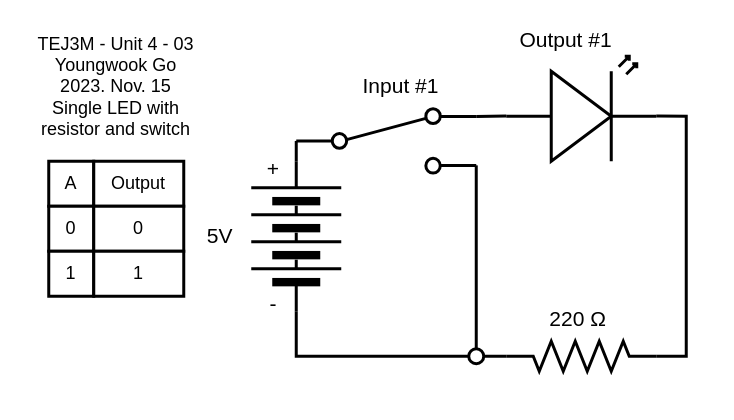
Before: Unit4-05/Unit4-05.drawio in Youngwook-Go/TEJ3M-Unit4, a draw.io diagram. Source tidied: cells renumbered, new cells numbered last; positions are measured from the earlier drawing's top-left corner, leaving out a move shared by most shapes. Both pictures are drawn from the tidied source at 150%, with x=0, y=0 at pixel (26, 26).
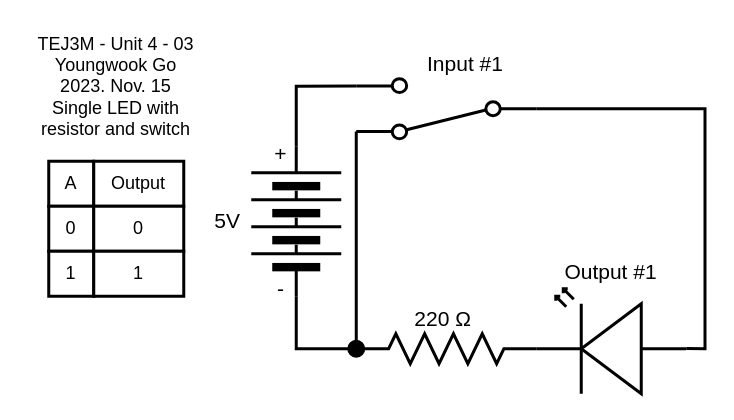
Above is the later version.

Change to the diagram source:
```diff
@@
-    <mxCell id="2" style="verticalLabelPosition=bottom;shadow=0;dashed=0;align=center;html=1;verticalAlign=top;shape=mxgraph.electrical.miscellaneous.batteryStack;rotation=-90;strokeWidth=2;fontSize=14;" parent="1" vertex="1">
-      <mxGeometry x="130" y="110" width="100" height="60" as="geometry" />
-    </mxCell>
-    <mxCell id="3" style="edgeStyle=none;rounded=0;html=1;exitX=1;exitY=0.57;exitDx=0;exitDy=0;exitPerimeter=0;strokeWidth=2;endArrow=none;endFill=0;fontSize=14;entryX=0;entryY=0.5;entryDx=0;entryDy=0;entryPerimeter=0;" parent="1" edge="1" source="4" target="11">
-      <mxGeometry relative="1" as="geometry">
-        <Array as="points">
-          <mxPoint x="440" y="60" />
-          <mxPoint x="440" y="220" />
-        </Array>
-      </mxGeometry>
-    </mxCell>
-    <mxCell id="4" style="verticalLabelPosition=bottom;shadow=0;dashed=0;align=center;html=1;verticalAlign=top;shape=mxgraph.electrical.opto_electronics.led_2;flipV=0;flipH=0;strokeWidth=2;fontSize=14;" parent="1" vertex="1">
-      <mxGeometry x="320" y="20" width="100" height="70" as="geometry" />
-    </mxCell>
-    <mxCell id="5" value="5V" style="text;html=1;strokeColor=none;fillColor=none;align=right;verticalAlign=middle;whiteSpace=wrap;rounded=0;strokeWidth=2;fontSize=14;" parent="1" vertex="1">
-      <mxGeometry x="120" y="90" width="20" height="100" as="geometry" />
-    </mxCell>
-    <mxCell id="6" value="+" style="text;html=1;strokeColor=none;fillColor=none;align=center;verticalAlign=middle;whiteSpace=wrap;rounded=0;strokeWidth=2;fontSize=14;" parent="1" vertex="1">
-      <mxGeometry x="150" y="80" width="30" height="30" as="geometry" />
-    </mxCell>
-    <mxCell id="7" value="-" style="text;html=1;strokeColor=none;fillColor=none;align=center;verticalAlign=middle;whiteSpace=wrap;rounded=0;strokeWidth=2;fontSize=14;" parent="1" vertex="1">
-      <mxGeometry x="150" y="170" width="30" height="30" as="geometry" />
-    </mxCell>
-    <mxCell id="8" value="Output #1" style="text;html=1;strokeColor=none;fillColor=none;align=center;verticalAlign=bottom;whiteSpace=wrap;rounded=0;strokeWidth=2;fontSize=14;" parent="1" vertex="1">
-      <mxGeometry x="310" width="100" height="20" as="geometry" />
-    </mxCell>
-    <mxCell id="9" value="&lt;span style=&quot;font-size: 14px;&quot;&gt;220&amp;nbsp;Ω&lt;/span&gt;&amp;nbsp;" style="text;html=1;strokeColor=none;fillColor=none;align=center;verticalAlign=middle;whiteSpace=wrap;rounded=0;strokeWidth=2;fontSize=14;" parent="1" vertex="1">
-      <mxGeometry x="320" y="180" width="100" height="30" as="geometry" />
-    </mxCell>
-    <mxCell id="10" style="edgeStyle=none;html=1;exitX=1;exitY=0.5;exitDx=0;exitDy=0;exitPerimeter=0;strokeWidth=2;endArrow=none;endFill=0;rounded=0;entryX=0;entryY=0.5;entryDx=0;entryDy=0;" parent="1" edge="1" source="11" target="2">
-      <mxGeometry relative="1" as="geometry">
-        <Array as="points">
-          <mxPoint x="180" y="220" />
-        </Array>
-      </mxGeometry>
-    </mxCell>
-    <mxCell id="11" style="verticalLabelPosition=bottom;shadow=0;dashed=0;align=center;html=1;verticalAlign=top;shape=mxgraph.electrical.resistors.resistor_2;strokeWidth=2;fontSize=14;flipH=1;" parent="1" vertex="1">
-      <mxGeometry x="320" y="210" width="100" height="20" as="geometry" />
-    </mxCell>
@@
-    <mxCell id="13" style="edgeStyle=none;rounded=0;html=1;exitX=0;exitY=0.5;exitDx=0;exitDy=0;strokeWidth=2;endArrow=none;endFill=0;" parent="1" edge="1" source="16" target="2">
-      <mxGeometry relative="1" as="geometry" />
-    </mxCell>
-    <mxCell id="14" style="edgeStyle=none;rounded=0;html=1;exitX=1;exitY=0.12;exitDx=0;exitDy=0;entryX=0;entryY=0.57;entryDx=0;entryDy=0;entryPerimeter=0;strokeWidth=2;endArrow=none;endFill=0;" parent="1" edge="1" source="16" target="4">
-      <mxGeometry relative="1" as="geometry" />
-    </mxCell>
-    <mxCell id="15" style="edgeStyle=none;rounded=0;html=1;exitX=1;exitY=0.88;exitDx=0;exitDy=0;strokeWidth=2;endArrow=none;endFill=0;startArrow=none;" parent="1" edge="1" source="19">
-      <mxGeometry relative="1" as="geometry">
-        <mxPoint x="300" y="220" as="targetPoint" />
-      </mxGeometry>
-    </mxCell>
-    <mxCell id="16" style="shape=mxgraph.electrical.electro-mechanical.twoWaySwitch;elSwitchState=2;strokeWidth=2;" parent="1" vertex="1">
-      <mxGeometry x="180" y="55" width="120" height="42.9" as="geometry" />
-    </mxCell>
-    <mxCell id="17" value="Input #1" style="text;html=1;strokeColor=none;fillColor=none;align=center;verticalAlign=middle;whiteSpace=wrap;rounded=0;strokeWidth=2;fontSize=14;" parent="1" vertex="1">
-      <mxGeometry x="200" y="30" width="100" height="20" as="geometry" />
-    </mxCell>
-    <mxCell id="18" style="edgeStyle=none;rounded=0;html=1;exitX=1;exitY=0.88;exitDx=0;exitDy=0;strokeWidth=2;endArrow=none;endFill=0;" parent="1" edge="1" source="16" target="19">
-      <mxGeometry relative="1" as="geometry" />
-    </mxCell>
-    <mxCell id="19" style="ellipse;whiteSpace=wrap;html=1;strokeWidth=2;" parent="1" vertex="1">
-      <mxGeometry x="295" y="215" width="10" height="10" as="geometry" />
-    </mxCell>
@@
+    <mxCell id="26" style="edgeStyle=none;rounded=0;html=1;entryX=1;entryY=0.88;entryDx=0;entryDy=0;strokeWidth=2;endArrow=none;endFill=0;" parent="1" edge="1" source="28" target="33">
+      <mxGeometry relative="1" as="geometry">
+        <Array as="points">
+          <mxPoint x="180" y="40" />
+        </Array>
+      </mxGeometry>
+    </mxCell>
+    <mxCell id="27" style="edgeStyle=none;rounded=0;html=1;entryX=0;entryY=0.5;entryDx=0;entryDy=0;entryPerimeter=0;strokeWidth=2;endArrow=none;endFill=0;" parent="1" edge="1" source="28" target="30">
+      <mxGeometry relative="1" as="geometry">
+        <Array as="points">
+          <mxPoint x="180" y="215" />
+        </Array>
+      </mxGeometry>
+    </mxCell>
+    <mxCell id="28" style="verticalLabelPosition=bottom;shadow=0;dashed=0;align=center;html=1;verticalAlign=top;shape=mxgraph.electrical.miscellaneous.batteryStack;rotation=-90;strokeWidth=2;" parent="1" vertex="1">
+      <mxGeometry x="130" y="100" width="100" height="60" as="geometry" />
+    </mxCell>
+    <mxCell id="29" style="verticalLabelPosition=bottom;shadow=0;dashed=0;align=center;html=1;verticalAlign=top;shape=mxgraph.electrical.opto_electronics.led_2;flipH=1;strokeWidth=2;" parent="1" vertex="1">
+      <mxGeometry x="340" y="175" width="100" height="70" as="geometry" />
+    </mxCell>
+    <mxCell id="30" style="verticalLabelPosition=bottom;shadow=0;dashed=0;align=center;html=1;verticalAlign=top;shape=mxgraph.electrical.resistors.resistor_2;strokeWidth=2;" parent="1" vertex="1">
+      <mxGeometry x="220" y="205" width="120" height="20" as="geometry" />
+    </mxCell>
+    <mxCell id="17" value="Input #1" style="text;html=1;strokeColor=none;fillColor=none;align=center;verticalAlign=middle;whiteSpace=wrap;rounded=0;strokeWidth=2;fontSize=14;" parent="1" vertex="1">
+      <mxGeometry x="232.5" y="15" width="120" height="20" as="geometry" />
+    </mxCell>
+    <mxCell id="8" value="Output #1" style="text;html=1;strokeColor=none;fillColor=none;align=center;verticalAlign=bottom;whiteSpace=wrap;rounded=0;strokeWidth=2;fontSize=14;" parent="1" vertex="1">
+      <mxGeometry x="340" y="155" width="100" height="20" as="geometry" />
+    </mxCell>
+    <mxCell id="9" value="&lt;span style=&quot;font-size: 14px;&quot;&gt;220&amp;nbsp;Ω&lt;/span&gt;&amp;nbsp;" style="text;html=1;strokeColor=none;fillColor=none;align=center;verticalAlign=middle;whiteSpace=wrap;rounded=0;strokeWidth=2;fontSize=14;" parent="1" vertex="1">
+      <mxGeometry x="220" y="185" width="120" height="20" as="geometry" />
+    </mxCell>
+    <mxCell id="6" value="+" style="text;html=1;strokeColor=none;fillColor=none;align=center;verticalAlign=middle;whiteSpace=wrap;rounded=0;strokeWidth=2;fontSize=14;" parent="1" vertex="1">
+      <mxGeometry x="160" y="75" width="20" height="20" as="geometry" />
+    </mxCell>
+    <mxCell id="7" value="-" style="text;html=1;strokeColor=none;fillColor=none;align=center;verticalAlign=middle;whiteSpace=wrap;rounded=0;strokeWidth=2;fontSize=14;" parent="1" vertex="1">
+      <mxGeometry x="160" y="165" width="20" height="20" as="geometry" />
+    </mxCell>
+    <mxCell id="5" value="5V" style="text;html=1;strokeColor=none;fillColor=none;align=right;verticalAlign=middle;whiteSpace=wrap;rounded=0;strokeWidth=2;fontSize=14;" parent="1" vertex="1">
+      <mxGeometry x="125" y="80" width="20" height="100" as="geometry" />
+    </mxCell>
+    <mxCell id="31" style="edgeStyle=none;rounded=0;html=1;exitX=1;exitY=0.12;exitDx=0;exitDy=0;strokeWidth=2;endArrow=none;endFill=0;" parent="1" edge="1" source="33">
+      <mxGeometry relative="1" as="geometry">
+        <mxPoint x="220" y="215" as="targetPoint" />
+      </mxGeometry>
+    </mxCell>
+    <mxCell id="32" style="edgeStyle=none;rounded=0;html=1;exitX=0;exitY=0.5;exitDx=0;exitDy=0;entryX=0;entryY=0.57;entryDx=0;entryDy=0;entryPerimeter=0;strokeWidth=2;endArrow=none;endFill=0;" parent="1" edge="1" source="33" target="29">
+      <mxGeometry relative="1" as="geometry">
+        <Array as="points">
+          <mxPoint x="452.5" y="55" />
+          <mxPoint x="452.5" y="215" />
+        </Array>
+      </mxGeometry>
+    </mxCell>
+    <mxCell id="33" style="shape=mxgraph.electrical.electro-mechanical.twoWaySwitch;elSwitchState=2;strokeWidth=2;rotation=-180;flipH=0;" parent="1" vertex="1">
+      <mxGeometry x="220" y="35" width="120" height="40" as="geometry" />
+    </mxCell>
+    <mxCell id="34" style="ellipse;whiteSpace=wrap;html=1;strokeWidth=2;fillColor=#000000;" parent="1" vertex="1">
+      <mxGeometry x="215" y="210" width="10" height="10" as="geometry" />
+    </mxCell>
```
